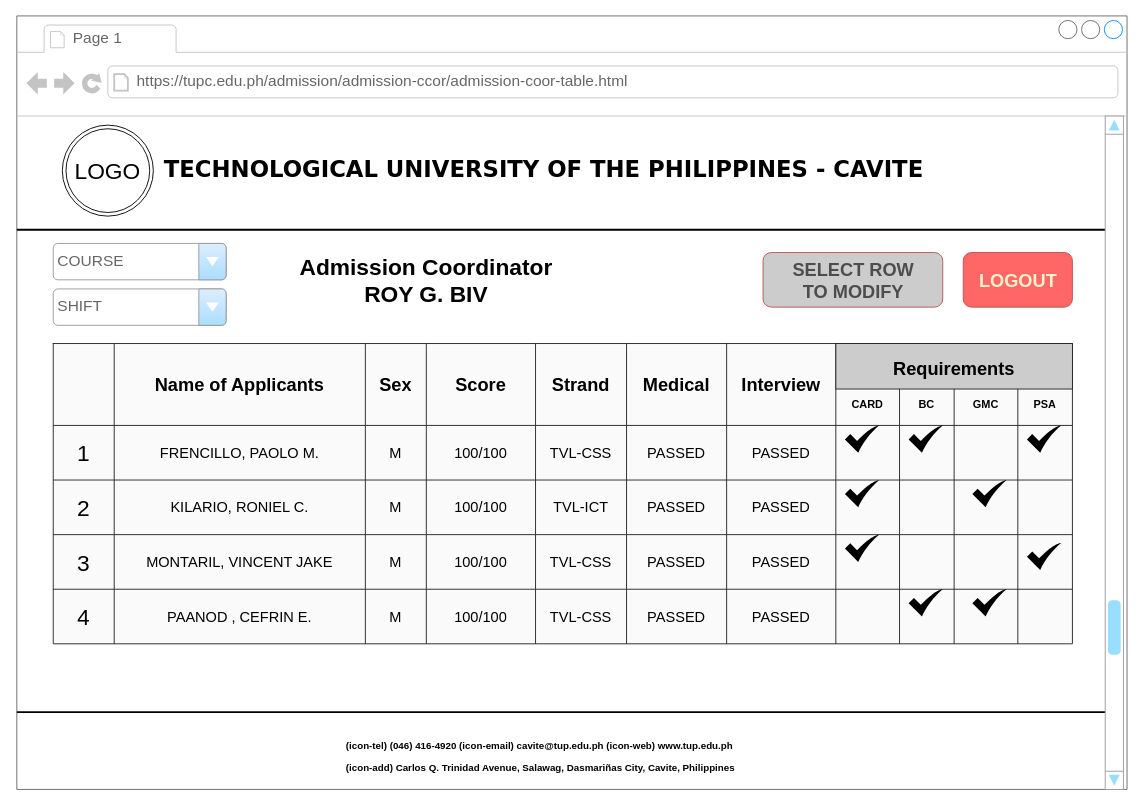
Earlier version of the draw.io diagram wireframe/admission-table.drawio (paofrencillo/WEB-APP). Source tidied: cells renumbered, new cells numbered last; positions are measured from the earlier drawing's top-left corner, leaving out a move shared by most shapes. Both pictures are drawn from the tidied source at 91%, with x=0, y=0 at pixel (16, 15).
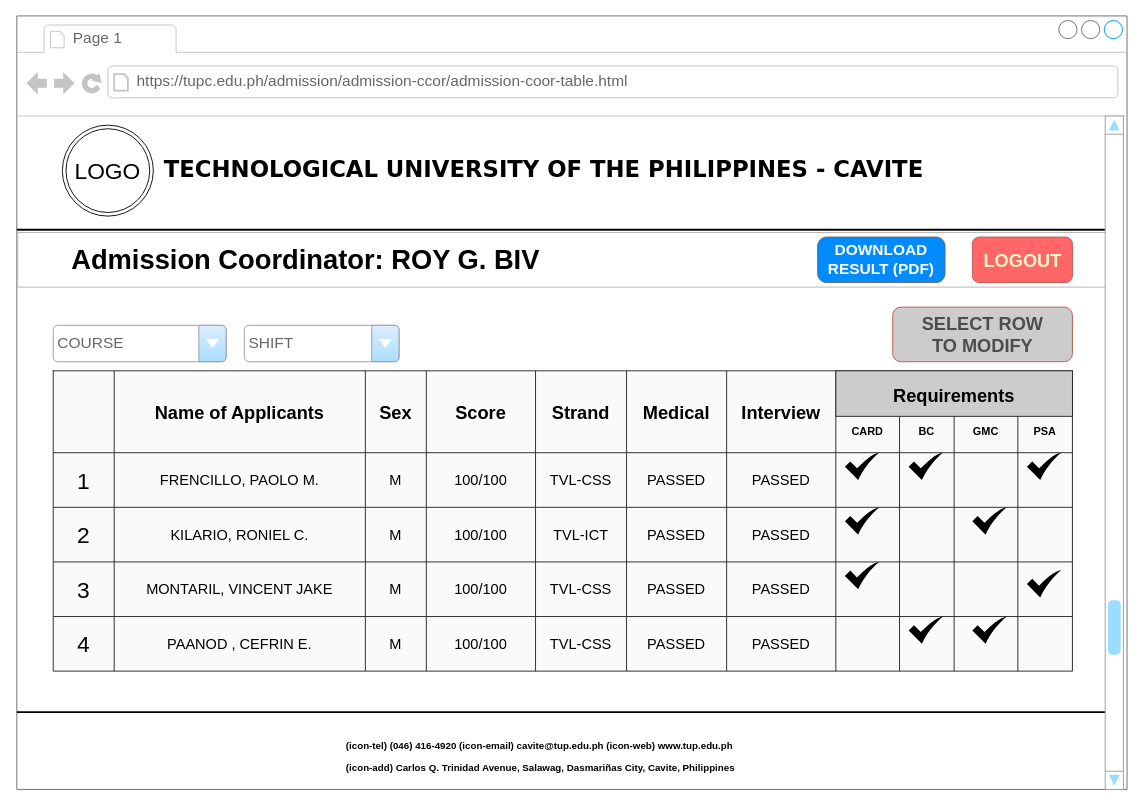
After the change.

The change refers to these unchanged cells:
```xml
<mxCell id="2" style="strokeWidth=1;shadow=0;dashed=0;align=center;html=1;shape=mxgraph.mockup.containers.browserWindow;rSize=0;strokeColor=none;strokeColor2=#008cff;strokeColor3=#c4c4c4;mainText=,;fontSize=25;fillColor=none;" parent="1" vertex="1">
  <mxGeometry width="1220" height="850" as="geometry" />
</mxCell>
```

What changed in the source:
```diff
@@
-    <mxCell id="9" style="verticalLabelPosition=bottom;shadow=0;dashed=0;align=center;html=1;verticalAlign=top;strokeWidth=1;shape=mxgraph.mockup.navigation.scrollBar;strokeColor=#999999;barPos=20;fillColor2=#99ddff;strokeColor2=none;direction=north;fontSize=25;" parent="2" vertex="1">
-      <mxGeometry x="1196" y="110" width="30" height="740" as="geometry" />
-    </mxCell>
@@
+    <mxCell id="73" value="COURSE" style="strokeWidth=1;shadow=0;dashed=0;align=center;html=1;shape=mxgraph.mockup.forms.comboBox;strokeColor=#999999;fillColor=#ddeeff;align=left;fillColor2=#aaddff;mainText=;fontColor=#666666;fontSize=17;spacingLeft=3;" parent="2" vertex="1">
+      <mxGeometry x="40" y="340" width="190" height="40" as="geometry" />
+    </mxCell>
+    <mxCell id="74" value="SHIFT" style="strokeWidth=1;shadow=0;dashed=0;align=center;html=1;shape=mxgraph.mockup.forms.comboBox;strokeColor=#999999;fillColor=#ddeeff;align=left;fillColor2=#aaddff;mainText=;fontColor=#666666;fontSize=17;spacingLeft=3;" parent="2" vertex="1">
+      <mxGeometry x="250" y="340" width="170" height="40" as="geometry" />
+    </mxCell>
+    <mxCell id="86" value="&lt;b&gt;&lt;font style=&quot;font-size: 20px&quot; color=&quot;#4d4d4d&quot;&gt;SELECT ROW&lt;br&gt;TO MODIFY&lt;/font&gt;&lt;/b&gt;" style="rounded=1;fillColor=#CCCCCC;align=center;strokeColor=#b85450;html=1;fontSize=12;sketch=0;" parent="2" vertex="1">
+      <mxGeometry x="962.5" y="320" width="197.5" height="60" as="geometry" />
+    </mxCell>
+    <mxCell id="87" style="group;" parent="2" vertex="1">
+      <mxGeometry x="40" y="390" width="1120" height="330" as="geometry" />
+    </mxCell>
-    <mxCell id="11" style="shape=table;startSize=0;childLayout=tableLayout;fontSize=12;strokeColor=#212121;fillColor=#FAFAFA;" parent="2" vertex="1">
-      <mxGeometry x="40" y="360" width="1120" height="330" as="geometry" />
+    <mxCell id="11" style="shape=table;startSize=0;childLayout=tableLayout;fontSize=12;strokeColor=#212121;fillColor=#FAFAFA;" parent="87" vertex="1">
+      <mxGeometry width="1120" height="330" as="geometry" />
     </mxCell>
@@
-    <mxCell id="72" value="&lt;font size=&quot;1&quot;&gt;&lt;b style=&quot;font-size: 20px&quot;&gt;Requirements&lt;/b&gt;&lt;/font&gt;" style="rounded=0;whiteSpace=wrap;html=1;fontSize=25;strokeColor=#212121;fillColor=#CCCCCC;" parent="2" vertex="1">
-      <mxGeometry x="900" y="360" width="260" height="50" as="geometry" />
+    <mxCell id="72" value="&lt;font size=&quot;1&quot;&gt;&lt;b style=&quot;font-size: 20px&quot;&gt;Requirements&lt;/b&gt;&lt;/font&gt;" style="rounded=0;whiteSpace=wrap;html=1;fontSize=25;strokeColor=#212121;fillColor=#CCCCCC;" parent="87" vertex="1">
+      <mxGeometry x="860" width="260" height="50" as="geometry" />
     </mxCell>
-    <mxCell id="73" value="COURSE" style="strokeWidth=1;shadow=0;dashed=0;align=center;html=1;shape=mxgraph.mockup.forms.comboBox;strokeColor=#999999;fillColor=#ddeeff;align=left;fillColor2=#aaddff;mainText=;fontColor=#666666;fontSize=17;spacingLeft=3;" parent="2" vertex="1">
-      <mxGeometry x="40" y="250" width="190" height="40" as="geometry" />
-    </mxCell>
-    <mxCell id="74" value="SHIFT" style="strokeWidth=1;shadow=0;dashed=0;align=center;html=1;shape=mxgraph.mockup.forms.comboBox;strokeColor=#999999;fillColor=#ddeeff;align=left;fillColor2=#aaddff;mainText=;fontColor=#666666;fontSize=17;spacingLeft=3;" parent="2" vertex="1">
-      <mxGeometry x="40" y="300" width="190" height="40" as="geometry" />
-    </mxCell>
-    <mxCell id="75" value="&lt;b&gt;&lt;font color=&quot;#fff2cc&quot; style=&quot;font-size: 20px&quot;&gt;LOGOUT&lt;/font&gt;&lt;/b&gt;" style="rounded=1;fillColor=#FF6666;align=center;strokeColor=#b85450;html=1;fontSize=12;sketch=0;" parent="2" vertex="1">
-      <mxGeometry x="1040" y="260" width="120" height="60" as="geometry" />
-    </mxCell>
-    <mxCell id="76" value="&lt;b&gt;&lt;font style=&quot;font-size: 25px&quot;&gt;Admission Coordinator&lt;br&gt;ROY G. BIV&lt;/font&gt;&lt;/b&gt;" style="text;html=1;strokeColor=none;fillColor=none;align=center;verticalAlign=middle;whiteSpace=wrap;rounded=0;fontSize=25;" parent="2" vertex="1">
-      <mxGeometry x="270" y="275" width="360" height="30" as="geometry" />
-    </mxCell>
-    <mxCell id="77" style="sketch=0;html=1;strokeColor=none;shadow=0;align=center;verticalAlign=top;fillColor=#000000;shape=mxgraph.gcp2.check;fontSize=16;fontColor=#FFF2CC;" parent="2" vertex="1">
-      <mxGeometry x="910" y="450" width="37.5" height="30" as="geometry" />
+    <mxCell id="77" style="sketch=0;html=1;strokeColor=none;shadow=0;align=center;verticalAlign=top;fillColor=#000000;shape=mxgraph.gcp2.check;fontSize=16;fontColor=#FFF2CC;" parent="87" vertex="1">
+      <mxGeometry x="870" y="90" width="37.5" height="30" as="geometry" />
     </mxCell>
-    <mxCell id="78" style="sketch=0;html=1;strokeColor=none;shadow=0;align=center;verticalAlign=top;fillColor=#000000;shape=mxgraph.gcp2.check;fontSize=16;fontColor=#FFF2CC;" parent="2" vertex="1">
-      <mxGeometry x="910" y="510" width="37.5" height="30" as="geometry" />
+    <mxCell id="78" style="sketch=0;html=1;strokeColor=none;shadow=0;align=center;verticalAlign=top;fillColor=#000000;shape=mxgraph.gcp2.check;fontSize=16;fontColor=#FFF2CC;" parent="87" vertex="1">
+      <mxGeometry x="870" y="150" width="37.5" height="30" as="geometry" />
     </mxCell>
-    <mxCell id="79" style="sketch=0;html=1;strokeColor=none;shadow=0;align=center;verticalAlign=top;fillColor=#000000;shape=mxgraph.gcp2.check;fontSize=16;fontColor=#FFF2CC;" parent="2" vertex="1">
-      <mxGeometry x="910" y="570" width="37.5" height="30" as="geometry" />
+    <mxCell id="79" style="sketch=0;html=1;strokeColor=none;shadow=0;align=center;verticalAlign=top;fillColor=#000000;shape=mxgraph.gcp2.check;fontSize=16;fontColor=#FFF2CC;" parent="87" vertex="1">
+      <mxGeometry x="870" y="210" width="37.5" height="30" as="geometry" />
     </mxCell>
-    <mxCell id="80" style="sketch=0;html=1;strokeColor=none;shadow=0;align=center;verticalAlign=top;fillColor=#000000;shape=mxgraph.gcp2.check;fontSize=16;fontColor=#FFF2CC;" parent="2" vertex="1">
-      <mxGeometry x="980" y="630" width="37.5" height="30" as="geometry" />
+    <mxCell id="80" style="sketch=0;html=1;strokeColor=none;shadow=0;align=center;verticalAlign=top;fillColor=#000000;shape=mxgraph.gcp2.check;fontSize=16;fontColor=#FFF2CC;" parent="87" vertex="1">
+      <mxGeometry x="940" y="270" width="37.5" height="30" as="geometry" />
     </mxCell>
-    <mxCell id="81" style="sketch=0;html=1;strokeColor=none;shadow=0;align=center;verticalAlign=top;fillColor=#000000;shape=mxgraph.gcp2.check;fontSize=16;fontColor=#FFF2CC;" parent="2" vertex="1">
-      <mxGeometry x="1050" y="510" width="37.5" height="30" as="geometry" />
+    <mxCell id="81" style="sketch=0;html=1;strokeColor=none;shadow=0;align=center;verticalAlign=top;fillColor=#000000;shape=mxgraph.gcp2.check;fontSize=16;fontColor=#FFF2CC;" parent="87" vertex="1">
+      <mxGeometry x="1010" y="150" width="37.5" height="30" as="geometry" />
     </mxCell>
-    <mxCell id="82" style="sketch=0;html=1;strokeColor=none;shadow=0;align=center;verticalAlign=top;fillColor=#000000;shape=mxgraph.gcp2.check;fontSize=16;fontColor=#FFF2CC;" parent="2" vertex="1">
-      <mxGeometry x="980" y="450" width="37.5" height="30" as="geometry" />
+    <mxCell id="82" style="sketch=0;html=1;strokeColor=none;shadow=0;align=center;verticalAlign=top;fillColor=#000000;shape=mxgraph.gcp2.check;fontSize=16;fontColor=#FFF2CC;" parent="87" vertex="1">
+      <mxGeometry x="940" y="90" width="37.5" height="30" as="geometry" />
     </mxCell>
-    <mxCell id="83" style="sketch=0;html=1;strokeColor=none;shadow=0;align=center;verticalAlign=top;fillColor=#000000;shape=mxgraph.gcp2.check;fontSize=16;fontColor=#FFF2CC;" parent="2" vertex="1">
-      <mxGeometry x="1110" y="579" width="37.5" height="30" as="geometry" />
+    <mxCell id="83" style="sketch=0;html=1;strokeColor=none;shadow=0;align=center;verticalAlign=top;fillColor=#000000;shape=mxgraph.gcp2.check;fontSize=16;fontColor=#FFF2CC;" parent="87" vertex="1">
+      <mxGeometry x="1070" y="219" width="37.5" height="30" as="geometry" />
     </mxCell>
-    <mxCell id="84" style="sketch=0;html=1;strokeColor=none;shadow=0;align=center;verticalAlign=top;fillColor=#000000;shape=mxgraph.gcp2.check;fontSize=16;fontColor=#FFF2CC;" parent="2" vertex="1">
-      <mxGeometry x="1110" y="450" width="37.5" height="30" as="geometry" />
+    <mxCell id="84" style="sketch=0;html=1;strokeColor=none;shadow=0;align=center;verticalAlign=top;fillColor=#000000;shape=mxgraph.gcp2.check;fontSize=16;fontColor=#FFF2CC;" parent="87" vertex="1">
+      <mxGeometry x="1070" y="90" width="37.5" height="30" as="geometry" />
     </mxCell>
-    <mxCell id="85" style="sketch=0;html=1;strokeColor=none;shadow=0;align=center;verticalAlign=top;fillColor=#000000;shape=mxgraph.gcp2.check;fontSize=16;fontColor=#FFF2CC;" parent="2" vertex="1">
-      <mxGeometry x="1050" y="630" width="37.5" height="30" as="geometry" />
+    <mxCell id="85" style="sketch=0;html=1;strokeColor=none;shadow=0;align=center;verticalAlign=top;fillColor=#000000;shape=mxgraph.gcp2.check;fontSize=16;fontColor=#FFF2CC;" parent="87" vertex="1">
+      <mxGeometry x="1010" y="270" width="37.5" height="30" as="geometry" />
     </mxCell>
-    <mxCell id="86" value="&lt;b&gt;&lt;font style=&quot;font-size: 20px&quot; color=&quot;#4d4d4d&quot;&gt;SELECT ROW&lt;br&gt;TO MODIFY&lt;/font&gt;&lt;/b&gt;" style="rounded=1;fillColor=#CCCCCC;align=center;strokeColor=#b85450;html=1;fontSize=12;sketch=0;" parent="2" vertex="1">
-      <mxGeometry x="820" y="260" width="197.5" height="60" as="geometry" />
-    </mxCell>
+    <mxCell id="88" style="rounded=0;whiteSpace=wrap;html=1;strokeColor=#B3B3B3;" parent="2" vertex="1">
+      <mxGeometry x="1" y="238" width="1197" height="60" as="geometry" />
+    </mxCell>
+    <mxCell id="9" style="verticalLabelPosition=bottom;shadow=0;dashed=0;align=center;html=1;verticalAlign=top;strokeWidth=1;shape=mxgraph.mockup.navigation.scrollBar;strokeColor=#999999;barPos=20;fillColor2=#99ddff;strokeColor2=none;direction=north;fontSize=25;" parent="2" vertex="1">
+      <mxGeometry x="1196" y="110" width="30" height="740" as="geometry" />
+    </mxCell>
+    <mxCell id="76" value="&lt;b&gt;&lt;font style=&quot;font-size: 30px&quot;&gt;Admission Coordinator: ROY G. BIV&lt;/font&gt;&lt;/b&gt;" style="text;html=1;strokeColor=none;fillColor=none;align=center;verticalAlign=middle;whiteSpace=wrap;rounded=0;fontSize=25;" parent="2" vertex="1">
+      <mxGeometry x="40" y="253" width="555" height="30" as="geometry" />
+    </mxCell>
+    <mxCell id="75" value="&lt;b&gt;&lt;font color=&quot;#fff2cc&quot; style=&quot;font-size: 20px&quot;&gt;LOGOUT&lt;/font&gt;&lt;/b&gt;" style="rounded=1;fillColor=#FF6666;align=center;strokeColor=#b85450;html=1;fontSize=12;sketch=0;" parent="2" vertex="1">
+      <mxGeometry x="1050" y="243" width="110" height="50" as="geometry" />
+    </mxCell>
+    <mxCell id="89" value="DOWNLOAD RESULT (PDF)" style="strokeWidth=1;shadow=0;dashed=0;align=center;html=1;shape=mxgraph.mockup.buttons.button;strokeColor=#666666;fontColor=#ffffff;mainText=;buttonStyle=round;fontSize=17;fontStyle=1;fillColor=#008cff;whiteSpace=wrap;" parent="2" vertex="1">
+      <mxGeometry x="880" y="243" width="140" height="50" as="geometry" />
+    </mxCell>
```
